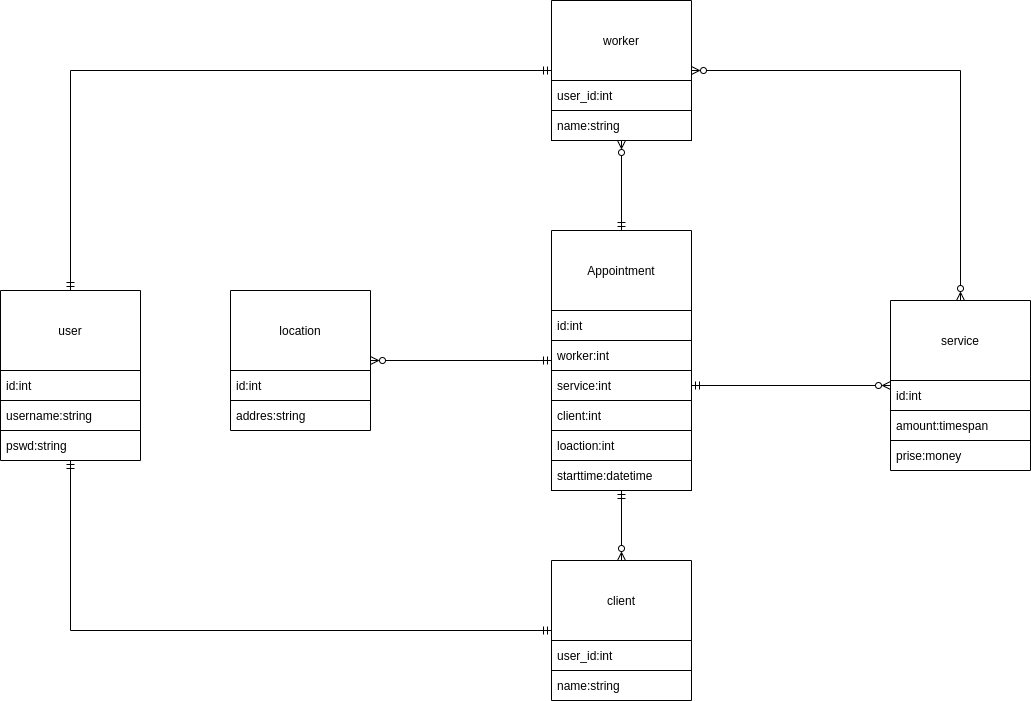
The draw.io diagram conections.png in nickcomua/clinica, before a commit. Source tidied: cells renumbered, new cells last; positions are measured from the earlier drawing's top-left corner, leaving out a move shared by most shapes.
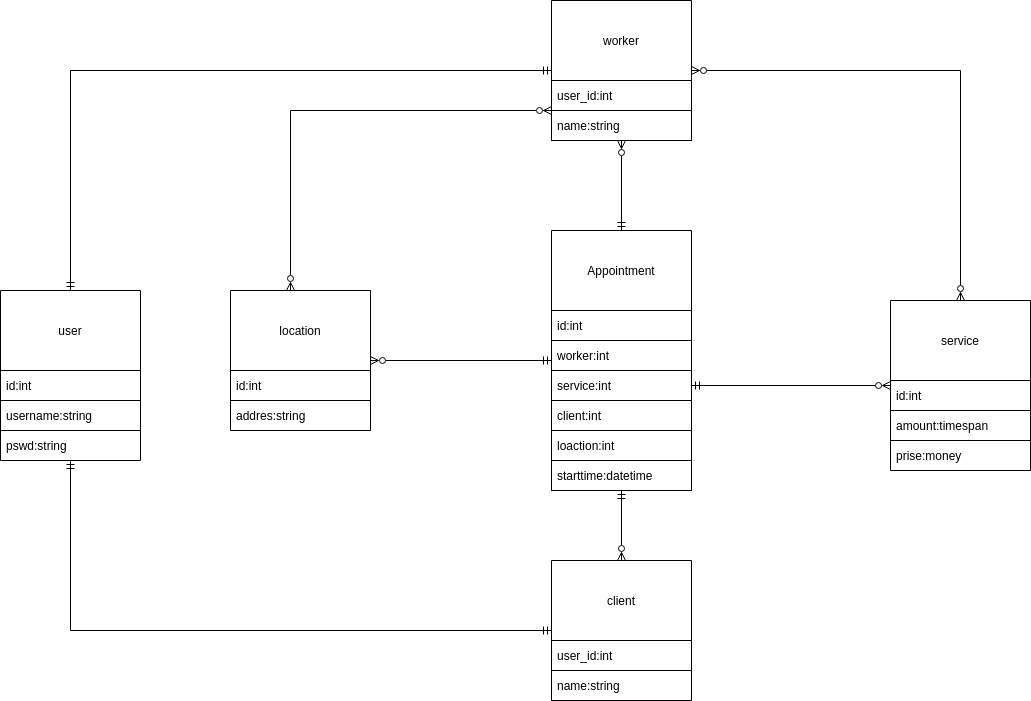
After the change.

Diff of the diagram source:
```diff
@@ -57,6 +57,13 @@
     <mxCell id="18" style="edgeStyle=orthogonalEdgeStyle;rounded=0;jettySize=auto;html=1;startArrow=ERzeroToMany;startFill=0;endArrow=ERmandOne;endFill=0;" parent="1" edge="1" source="19" target="22">
       <mxGeometry relative="1" as="geometry" />
     </mxCell>
+    <mxCell id="33" style="edgeStyle=orthogonalEdgeStyle;rounded=0;jettySize=auto;html=1;endArrow=ERzeroToMany;endFill=0;startArrow=ERzeroToMany;startFill=0;" parent="1" edge="1" source="19" target="10">
+      <mxGeometry relative="1" as="geometry">
+        <Array as="points">
+          <mxPoint x="290" y="110" />
+        </Array>
+      </mxGeometry>
+    </mxCell>
     <mxCell id="19" value="location" style="swimlane;fontStyle=0;horizontal=1;startSize=80;strokeColor=default;" parent="1" vertex="1">
       <mxGeometry x="230" y="290" width="140" height="140" as="geometry" />
     </mxCell>
```
